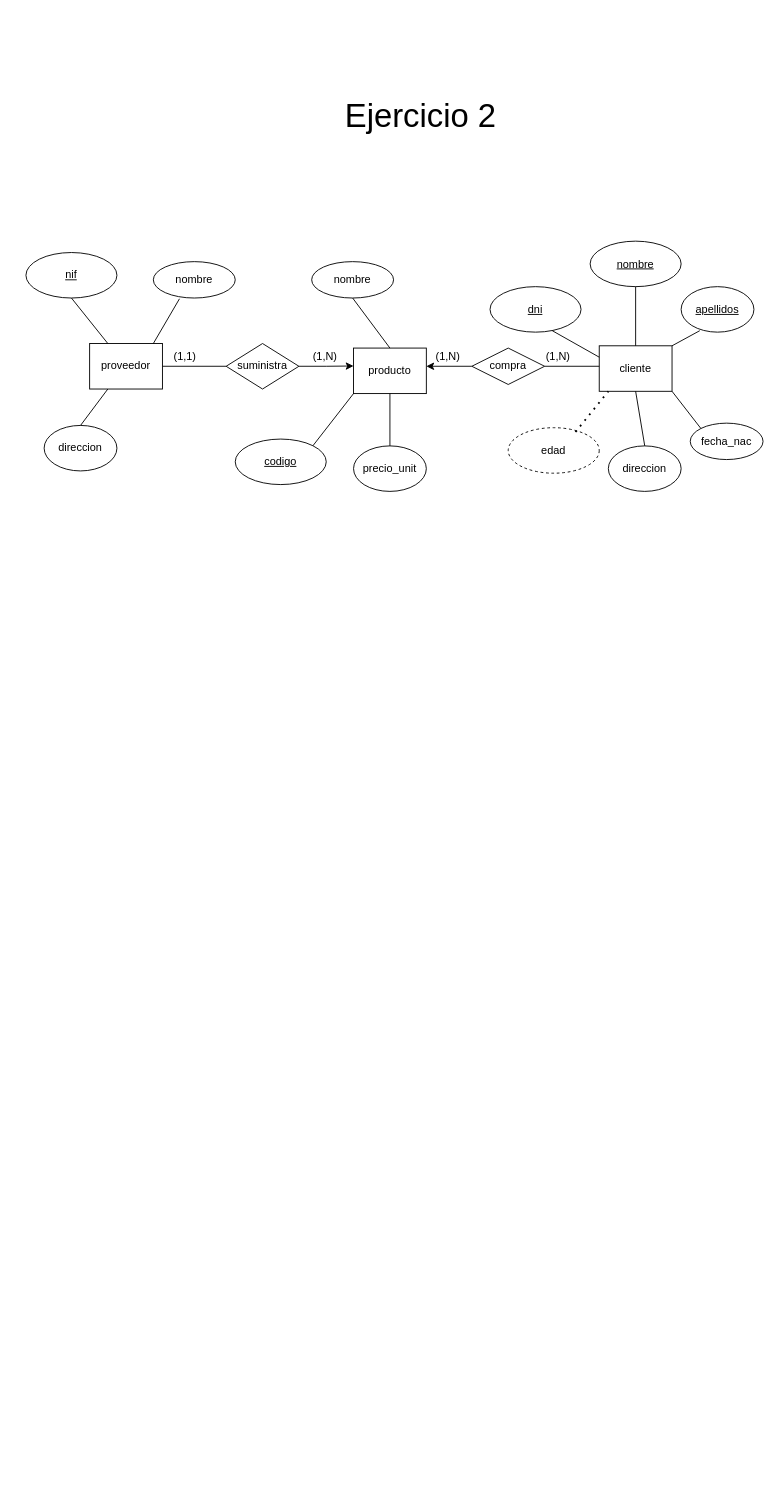
ErnestDG/Ciencia-de-datos- keeps this draw.io diagram as Ejercicio3.drawio. Above is the earlier version. Source tidied: cells renumbered, new cells numbered last; positions are measured from the earlier drawing's top-left corner, leaving out a move shared by most shapes. Both pictures are drawn from the tidied source at 91%, with x=0, y=0 at pixel (15, 15).
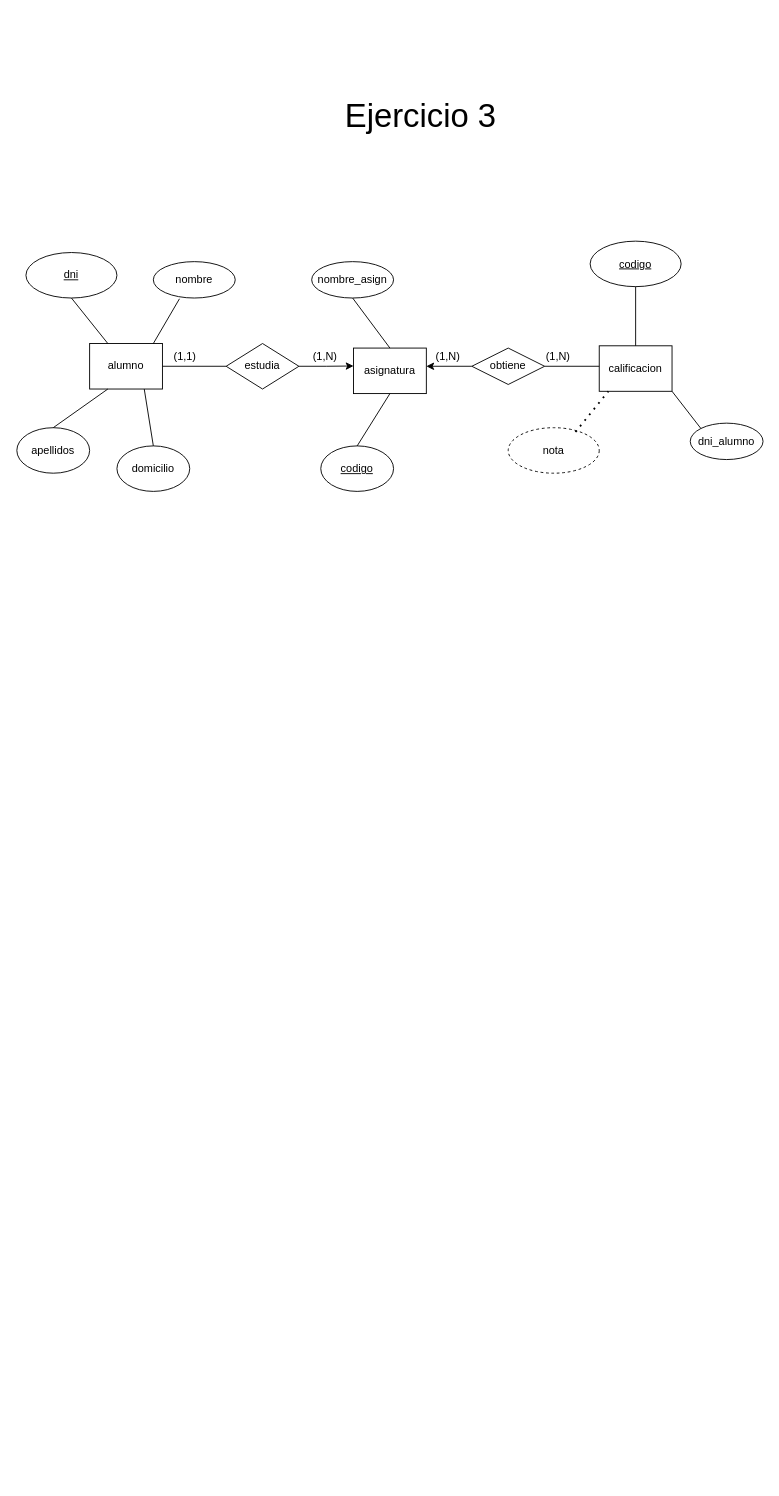
Above is the later version.

Diff of the diagram source:
```diff
@@
-    <mxCell id="2" value="proveedor" style="rounded=0;whiteSpace=wrap;html=1;" parent="1" vertex="1">
+    <mxCell id="2" value="alumno" style="rounded=0;whiteSpace=wrap;html=1;" parent="1" vertex="1">
       <mxGeometry x="81" y="360" width="80" height="50" as="geometry" />
     </mxCell>
-    <mxCell id="3" value="direccion" style="ellipse;whiteSpace=wrap;html=1;" parent="1" vertex="1">
-      <mxGeometry x="31" y="450" width="80" height="50" as="geometry" />
+    <mxCell id="3" value="apellidos" style="ellipse;whiteSpace=wrap;html=1;" parent="1" vertex="1">
+      <mxGeometry x="1" y="452.5" width="80" height="50" as="geometry" />
     </mxCell>
@@
-    <mxCell id="5" value="&lt;u&gt;nif&lt;/u&gt;" style="ellipse;whiteSpace=wrap;html=1;" parent="1" vertex="1">
+    <mxCell id="5" value="&lt;u&gt;dni&lt;/u&gt;" style="ellipse;whiteSpace=wrap;html=1;" parent="1" vertex="1">
       <mxGeometry x="11" y="260" width="100" height="50" as="geometry" />
     </mxCell>
@@
-    <mxCell id="9" value="producto" style="rounded=0;whiteSpace=wrap;html=1;" parent="1" vertex="1">
+    <mxCell id="9" value="asignatura" style="rounded=0;whiteSpace=wrap;html=1;" parent="1" vertex="1">
       <mxGeometry x="371" y="365" width="80" height="50" as="geometry" />
     </mxCell>
-    <mxCell id="10" value="precio_unit" style="ellipse;whiteSpace=wrap;html=1;" parent="1" vertex="1">
-      <mxGeometry x="371" y="472.5" width="80" height="50" as="geometry" />
+    <mxCell id="10" value="&lt;u&gt;codigo&lt;/u&gt;" style="ellipse;whiteSpace=wrap;html=1;" parent="1" vertex="1">
+      <mxGeometry x="335" y="472.5" width="80" height="50" as="geometry" />
     </mxCell>
-    <mxCell id="11" value="nombre" style="ellipse;whiteSpace=wrap;html=1;" parent="1" vertex="1">
+    <mxCell id="11" value="nombre_asign" style="ellipse;whiteSpace=wrap;html=1;" parent="1" vertex="1">
       <mxGeometry x="325" y="270" width="90" height="40" as="geometry" />
     </mxCell>
-    <mxCell id="12" value="&lt;u&gt;codigo&lt;/u&gt;" style="ellipse;whiteSpace=wrap;html=1;" parent="1" vertex="1">
-      <mxGeometry x="241" y="465" width="100" height="50" as="geometry" />
-    </mxCell>
@@
-    <mxCell id="15" style="endArrow=none;html=1;rounded=0;exitX=0;exitY=1;exitDx=0;exitDy=0;entryX=1;entryY=0;entryDx=0;entryDy=0;" parent="1" edge="1" source="9" target="12">
-      <mxGeometry relative="1" as="geometry" />
-    </mxCell>
-    <mxCell id="16" value="cliente" style="rounded=0;whiteSpace=wrap;html=1;" parent="1" vertex="1">
+    <mxCell id="16" value="calificacion" style="rounded=0;whiteSpace=wrap;html=1;" parent="1" vertex="1">
       <mxGeometry x="641" y="362.5" width="80" height="50" as="geometry" />
     </mxCell>
-    <mxCell id="17" value="direccion" style="ellipse;whiteSpace=wrap;html=1;" parent="1" vertex="1">
-      <mxGeometry x="651" y="472.5" width="80" height="50" as="geometry" />
-    </mxCell>
-    <mxCell id="18" value="fecha_nac" style="ellipse;whiteSpace=wrap;html=1;" parent="1" vertex="1">
+    <mxCell id="18" value="dni_alumno" style="ellipse;whiteSpace=wrap;html=1;" parent="1" vertex="1">
       <mxGeometry x="741" y="447.5" width="80" height="40" as="geometry" />
     </mxCell>
-    <mxCell id="19" value="edad" style="ellipse;whiteSpace=wrap;html=1;dashed=1;" parent="1" vertex="1">
+    <mxCell id="19" value="nota" style="ellipse;whiteSpace=wrap;html=1;dashed=1;" parent="1" vertex="1">
       <mxGeometry x="541" y="452.5" width="100" height="50" as="geometry" />
     </mxCell>
-    <mxCell id="20" style="endArrow=none;html=1;rounded=0;exitX=0.5;exitY=0;exitDx=0;exitDy=0;entryX=0.5;entryY=1;entryDx=0;entryDy=0;" parent="1" edge="1" source="17" target="16">
-      <mxGeometry relative="1" as="geometry" />
-    </mxCell>
@@
-    <mxCell id="22" value="&lt;u&gt;dni&lt;/u&gt;" style="ellipse;whiteSpace=wrap;html=1;" parent="1" vertex="1">
-      <mxGeometry x="521" y="297.5" width="100" height="50" as="geometry" />
-    </mxCell>
-    <mxCell id="23" style="endArrow=none;html=1;rounded=0;entryX=0.683;entryY=0.967;entryDx=0;entryDy=0;entryPerimeter=0;exitX=0;exitY=0.25;exitDx=0;exitDy=0;" parent="1" edge="1" source="16" target="22">
-      <mxGeometry relative="1" as="geometry" />
-    </mxCell>
-    <mxCell id="24" value="&lt;u&gt;nombre&lt;/u&gt;" style="ellipse;whiteSpace=wrap;html=1;" parent="1" vertex="1">
+    <mxCell id="24" value="&lt;u&gt;codigo&lt;/u&gt;" style="ellipse;whiteSpace=wrap;html=1;" parent="1" vertex="1">
       <mxGeometry x="631" y="247.5" width="100" height="50" as="geometry" />
     </mxCell>
@@
-    <mxCell id="26" value="&lt;u&gt;apellidos&lt;/u&gt;" style="ellipse;whiteSpace=wrap;html=1;" parent="1" vertex="1">
-      <mxGeometry x="731" y="297.5" width="80" height="50" as="geometry" />
-    </mxCell>
-    <mxCell id="27" style="endArrow=none;html=1;rounded=0;exitX=1;exitY=0;exitDx=0;exitDy=0;entryX=0.256;entryY=0.968;entryDx=0;entryDy=0;entryPerimeter=0;" parent="1" edge="1" source="16" target="26">
-      <mxGeometry relative="1" as="geometry" />
-    </mxCell>
@@
-    <mxCell id="30" value="suministra" style="rhombus;whiteSpace=wrap;html=1;" parent="1" vertex="1">
+    <mxCell id="30" value="estudia" style="rhombus;whiteSpace=wrap;html=1;" parent="1" vertex="1">
       <mxGeometry x="231" y="360" width="80" height="50" as="geometry" />
     </mxCell>
-    <mxCell id="31" value="compra" style="rhombus;whiteSpace=wrap;html=1;" parent="1" vertex="1">
+    <mxCell id="31" value="obtiene" style="rhombus;whiteSpace=wrap;html=1;" parent="1" vertex="1">
       <mxGeometry x="501" y="365" width="80" height="40" as="geometry" />
     </mxCell>
@@
-    <mxCell id="35" value="&lt;font style=&quot;font-size: 36px;&quot;&gt;Ejercicio 2&lt;/font&gt;" style="text;html=1;whiteSpace=wrap;strokeColor=none;fillColor=none;align=center;verticalAlign=middle;rounded=0;" parent="1" vertex="1">
+    <mxCell id="35" value="&lt;font style=&quot;font-size: 36px;&quot;&gt;Ejercicio 3&lt;/font&gt;" style="text;html=1;whiteSpace=wrap;strokeColor=none;fillColor=none;align=center;verticalAlign=middle;rounded=0;" parent="1" vertex="1">
       <mxGeometry x="350" y="80" width="190" height="60" as="geometry" />
     </mxCell>
@@
+    <mxCell id="41" value="domicilio" style="ellipse;whiteSpace=wrap;html=1;" parent="1" vertex="1">
+      <mxGeometry x="111" y="472.5" width="80" height="50" as="geometry" />
+    </mxCell>
+    <mxCell id="42" style="endArrow=none;html=1;rounded=0;exitX=0.5;exitY=0;exitDx=0;exitDy=0;entryX=0.75;entryY=1;entryDx=0;entryDy=0;" parent="1" edge="1" source="41" target="2">
+      <mxGeometry relative="1" as="geometry" />
+    </mxCell>
```
